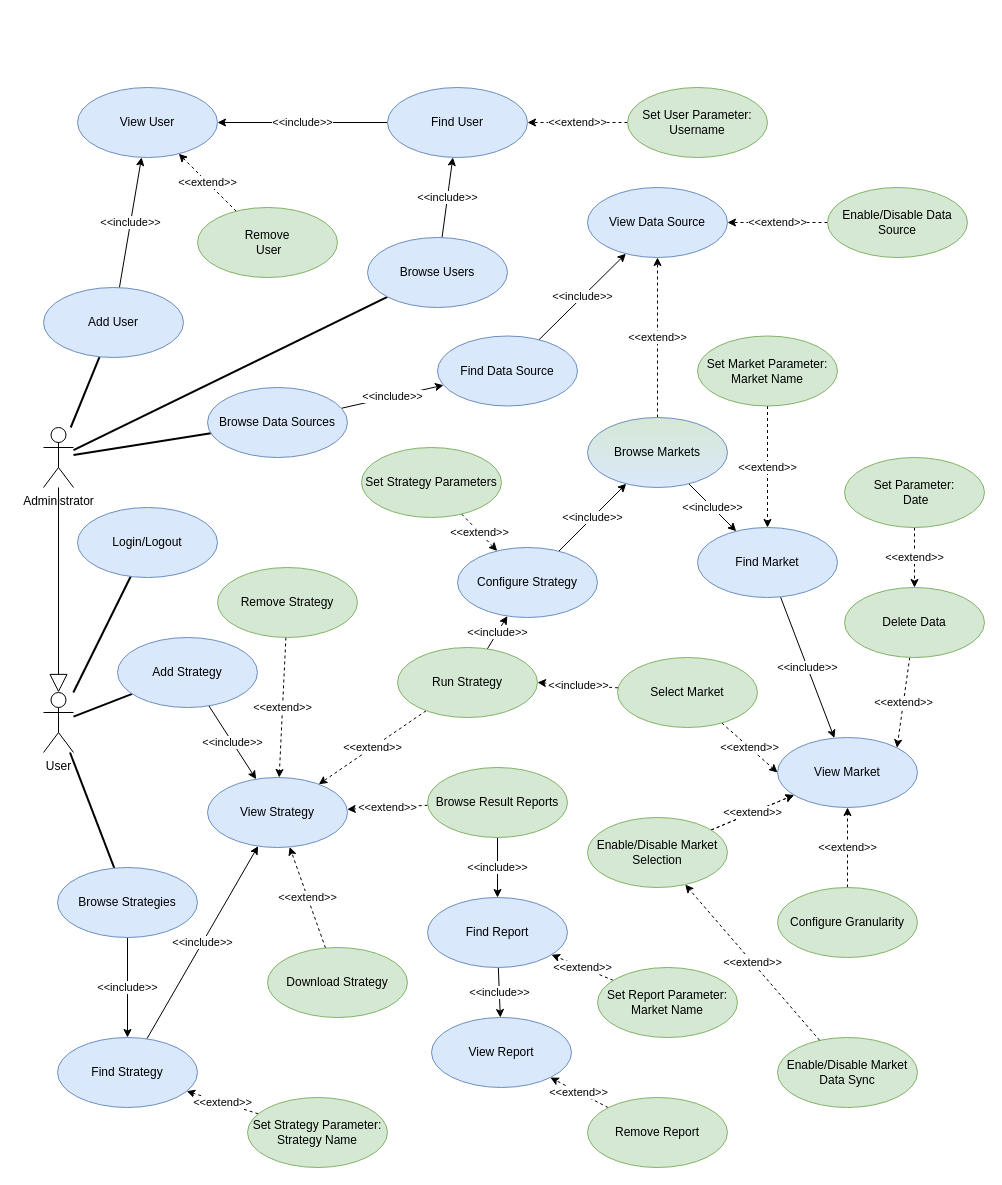
nferrante1/lsmsd2 keeps this draw.io diagram as drawio/usecases.drawio. Above is the earlier version. Source tidied: cells renumbered, new cells numbered last; positions are measured from the earlier drawing's top-left corner, leaving out a move shared by most shapes. Both pictures are drawn from the tidied source at 100%, with x=0, y=0 at pixel (43, 87).
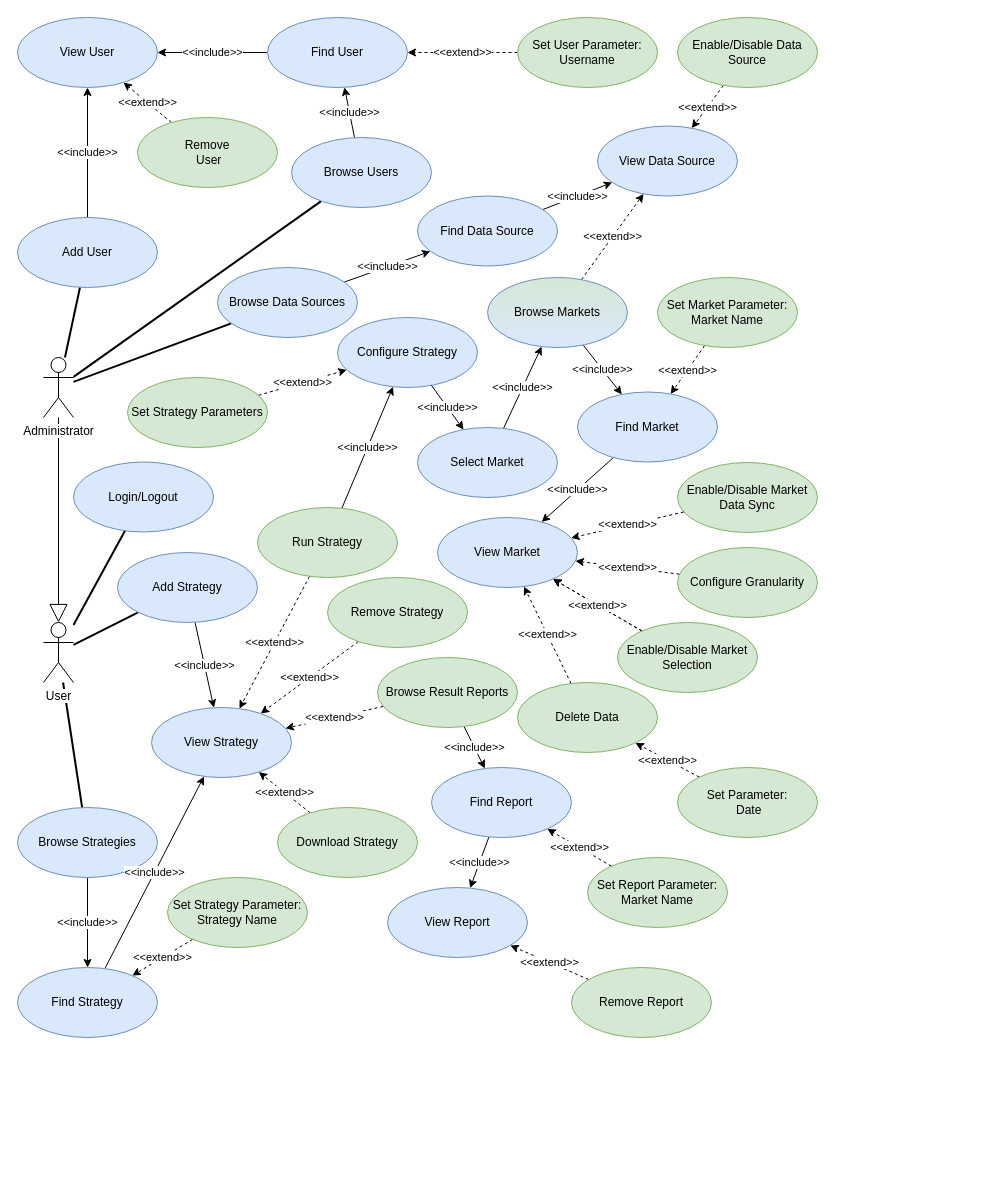
The same diagram, later.

Commit message:
Fix use cases diagram

Change to the diagram source:
```diff
@@
-    <mxCell id="5" value="&lt;div&gt;Administrator&lt;/div&gt;" style="shape=umlActor;verticalLabelPosition=bottom;labelBackgroundColor=#ffffff;verticalAlign=top;html=1;" parent="1" vertex="1">
-      <mxGeometry y="340" width="30" height="60" as="geometry" />
-    </mxCell>
@@
     <mxCell id="7" value="Add User" style="ellipse;whiteSpace=wrap;html=1;fillColor=#dae8fc;strokeColor=#6c8ebf;" parent="1" vertex="1">
-      <mxGeometry y="200" width="140" height="70" as="geometry" />
+      <mxGeometry x="-26" y="130" width="140" height="70" as="geometry" />
     </mxCell>
@@
     <mxCell id="9" value="&lt;div&gt;Remove&lt;/div&gt;&amp;nbsp;User" style="ellipse;whiteSpace=wrap;html=1;fillColor=#d5e8d4;strokeColor=#82b366;" parent="1" vertex="1">
-      <mxGeometry x="154" y="120" width="140" height="70" as="geometry" />
+      <mxGeometry x="94" y="30" width="140" height="70" as="geometry" />
     </mxCell>
     <mxCell id="10" value="View Data Source" style="ellipse;whiteSpace=wrap;html=1;fillColor=#dae8fc;strokeColor=#6c8ebf;" parent="1" vertex="1">
-      <mxGeometry x="544" y="100" width="140" height="70" as="geometry" />
+      <mxGeometry x="554" y="38.5" width="140" height="70" as="geometry" />
     </mxCell>
@@
     <mxCell id="12" value="Enable/Disable Data Source" style="ellipse;whiteSpace=wrap;html=1;fillColor=#d5e8d4;strokeColor=#82b366;" parent="1" vertex="1">
-      <mxGeometry x="784" y="100" width="140" height="70" as="geometry" />
+      <mxGeometry x="634" y="-70" width="140" height="70" as="geometry" />
     </mxCell>
     <mxCell id="13" value="View User" style="ellipse;whiteSpace=wrap;html=1;fillColor=#dae8fc;strokeColor=#6c8ebf;" parent="1" vertex="1">
-      <mxGeometry x="34" width="140" height="70" as="geometry" />
+      <mxGeometry x="-26" y="-70" width="140" height="70" as="geometry" />
     </mxCell>
@@
     <mxCell id="15" value="Browse Users" style="ellipse;whiteSpace=wrap;html=1;fillColor=#dae8fc;strokeColor=#6c8ebf;" parent="1" vertex="1">
-      <mxGeometry x="324" y="150" width="140" height="70" as="geometry" />
+      <mxGeometry x="248" y="50" width="140" height="70" as="geometry" />
     </mxCell>
@@
     <mxCell id="17" value="Find User" style="ellipse;whiteSpace=wrap;html=1;fillColor=#dae8fc;strokeColor=#6c8ebf;" parent="1" vertex="1">
-      <mxGeometry x="344" width="140" height="70" as="geometry" />
+      <mxGeometry x="224" y="-70" width="140" height="70" as="geometry" />
     </mxCell>
@@
     <mxCell id="19" value="Set User Parameter: Username" style="ellipse;whiteSpace=wrap;html=1;fillColor=#d5e8d4;strokeColor=#82b366;" parent="1" vertex="1">
-      <mxGeometry x="584" width="140" height="70" as="geometry" />
+      <mxGeometry x="474" y="-70" width="140" height="70" as="geometry" />
     </mxCell>
@@
     <mxCell id="22" value="Browse Data Sources" style="ellipse;whiteSpace=wrap;html=1;fillColor=#dae8fc;strokeColor=#6c8ebf;" parent="1" vertex="1">
-      <mxGeometry x="164" y="300" width="140" height="70" as="geometry" />
+      <mxGeometry x="174" y="180" width="140" height="70" as="geometry" />
     </mxCell>
@@
     <mxCell id="24" value="Find Data Source" style="ellipse;whiteSpace=wrap;html=1;fillColor=#dae8fc;strokeColor=#6c8ebf;" parent="1" vertex="1">
-      <mxGeometry x="394" y="248.5" width="140" height="70" as="geometry" />
+      <mxGeometry x="374" y="108.5" width="140" height="70" as="geometry" />
     </mxCell>
-    <mxCell id="25" value="&amp;lt;&amp;lt;extend&amp;gt;&amp;gt;" style="edgeStyle=none;rounded=0;jettySize=auto;html=1;dashed=1;endArrow=classic;endFill=1;entryX=0.5;entryY=1;entryDx=0;entryDy=0;" parent="1" edge="1" source="26" target="35">
+    <mxCell id="25" value="&amp;lt;&amp;lt;extend&amp;gt;&amp;gt;" style="edgeStyle=none;rounded=0;jettySize=auto;html=1;dashed=1;endArrow=classic;endFill=1;" parent="1" edge="1" source="26" target="35">
       <mxGeometry relative="1" as="geometry" />
     </mxCell>
     <mxCell id="26" value="Configure Granularity" style="ellipse;whiteSpace=wrap;html=1;fillColor=#d5e8d4;strokeColor=#82b366;" parent="1" vertex="1">
-      <mxGeometry x="734" y="800" width="140" height="70" as="geometry" />
+      <mxGeometry x="634" y="460" width="140" height="70" as="geometry" />
     </mxCell>
@@
     <mxCell id="30" value="Enable/Disable Market Data Sync" style="ellipse;whiteSpace=wrap;html=1;fillColor=#d5e8d4;strokeColor=#82b366;" parent="1" vertex="1">
-      <mxGeometry x="734" y="950" width="140" height="70" as="geometry" />
+      <mxGeometry x="634" y="375" width="140" height="70" as="geometry" />
     </mxCell>
@@
     <mxCell id="32" value="Find Market" style="ellipse;whiteSpace=wrap;html=1;fillColor=#dae8fc;strokeColor=#6c8ebf;" parent="1" vertex="1">
-      <mxGeometry x="654" y="440" width="140" height="70" as="geometry" />
+      <mxGeometry x="534" y="304.5" width="140" height="70" as="geometry" />
     </mxCell>
@@
     <mxCell id="34" value="Set Market Parameter: Market Name" style="ellipse;whiteSpace=wrap;html=1;fillColor=#d5e8d4;strokeColor=#82b366;" parent="1" vertex="1">
-      <mxGeometry x="654" y="248.5" width="140" height="70" as="geometry" />
+      <mxGeometry x="614" y="190" width="140" height="70" as="geometry" />
     </mxCell>
     <mxCell id="35" value="View Market" style="ellipse;whiteSpace=wrap;html=1;fillColor=#dae8fc;strokeColor=#6c8ebf;" parent="1" vertex="1">
-      <mxGeometry x="734" y="650" width="140" height="70" as="geometry" />
+      <mxGeometry x="394" y="430" width="140" height="70" as="geometry" />
     </mxCell>
@@
     <mxCell id="39" value="&lt;div&gt;User&lt;/div&gt;" style="shape=umlActor;verticalLabelPosition=bottom;labelBackgroundColor=#ffffff;verticalAlign=top;html=1;" parent="1" vertex="1">
-      <mxGeometry y="605" width="30" height="60" as="geometry" />
+      <mxGeometry y="535" width="30" height="60" as="geometry" />
     </mxCell>
     <mxCell id="40" value="Login/Logout" style="ellipse;whiteSpace=wrap;html=1;fillColor=#dae8fc;strokeColor=#6c8ebf;" parent="1" vertex="1">
-      <mxGeometry x="34" y="420" width="140" height="70" as="geometry" />
+      <mxGeometry x="30" y="374.5" width="140" height="70" as="geometry" />
     </mxCell>
@@
     <mxCell id="42" value="Add Strategy" style="ellipse;whiteSpace=wrap;html=1;fillColor=#dae8fc;strokeColor=#6c8ebf;" parent="1" vertex="1">
-      <mxGeometry x="74" y="550" width="140" height="70" as="geometry" />
+      <mxGeometry x="74" y="465" width="140" height="70" as="geometry" />
     </mxCell>
     <mxCell id="43" value="View Strategy" style="ellipse;whiteSpace=wrap;html=1;fillColor=#dae8fc;strokeColor=#6c8ebf;" parent="1" vertex="1">
-      <mxGeometry x="164" y="690" width="140" height="70" as="geometry" />
+      <mxGeometry x="108" y="620" width="140" height="70" as="geometry" />
     </mxCell>
@@
     <mxCell id="45" value="Browse Strategies" style="ellipse;whiteSpace=wrap;html=1;fillColor=#dae8fc;strokeColor=#6c8ebf;" parent="1" vertex="1">
-      <mxGeometry x="14" y="780" width="140" height="70" as="geometry" />
+      <mxGeometry x="-26" y="720" width="140" height="70" as="geometry" />
     </mxCell>
@@
     <mxCell id="47" value="Find Strategy" style="ellipse;whiteSpace=wrap;html=1;fillColor=#dae8fc;strokeColor=#6c8ebf;" parent="1" vertex="1">
-      <mxGeometry x="14" y="950" width="140" height="70" as="geometry" />
+      <mxGeometry x="-26" y="880" width="140" height="70" as="geometry" />
     </mxCell>
@@
     <mxCell id="49" value="Set Strategy Parameter: Strategy Name" style="ellipse;whiteSpace=wrap;html=1;fillColor=#d5e8d4;strokeColor=#82b366;" parent="1" vertex="1">
-      <mxGeometry x="204" y="1010" width="140" height="70" as="geometry" />
+      <mxGeometry x="124" y="790" width="140" height="70" as="geometry" />
     </mxCell>
@@
     <mxCell id="52" value="Run Strategy" style="ellipse;whiteSpace=wrap;html=1;fillColor=#d5e8d4;strokeColor=#82b366;" parent="1" vertex="1">
-      <mxGeometry x="354" y="560" width="140" height="70" as="geometry" />
+      <mxGeometry x="214" y="420" width="140" height="70" as="geometry" />
     </mxCell>
@@
     <mxCell id="55" value="Browse Result Reports" style="ellipse;whiteSpace=wrap;html=1;fillColor=#d5e8d4;strokeColor=#82b366;" parent="1" vertex="1">
-      <mxGeometry x="384" y="680" width="140" height="70" as="geometry" />
+      <mxGeometry x="334" y="570" width="140" height="70" as="geometry" />
     </mxCell>
-    <mxCell id="56" value="&amp;lt;&amp;lt;include&amp;gt;&amp;gt;" style="edgeStyle=none;rounded=0;jettySize=auto;html=1;endArrow=classic;endFill=1;" parent="1" edge="1" source="57" target="68">
+    <mxCell id="56" value="&amp;lt;&amp;lt;include&amp;gt;&amp;gt;" style="edgeStyle=none;rounded=0;jettySize=auto;html=1;endArrow=classic;endFill=1;" parent="1" edge="1" source="70" target="68">
       <mxGeometry relative="1" as="geometry" />
     </mxCell>
     <mxCell id="57" value="Configure Strategy" style="ellipse;whiteSpace=wrap;html=1;fillColor=#dae8fc;strokeColor=#6c8ebf;" parent="1" vertex="1">
-      <mxGeometry x="414" y="460" width="140" height="70" as="geometry" />
+      <mxGeometry x="294" y="230" width="140" height="70" as="geometry" />
     </mxCell>
@@
     <mxCell id="59" value="Set Strategy Parameters" style="ellipse;whiteSpace=wrap;html=1;fillColor=#d5e8d4;strokeColor=#82b366;" parent="1" vertex="1">
-      <mxGeometry x="318" y="360" width="140" height="70" as="geometry" />
+      <mxGeometry x="84" y="290" width="140" height="70" as="geometry" />
     </mxCell>
@@
     <mxCell id="61" value="Remove Strategy" style="ellipse;whiteSpace=wrap;html=1;fillColor=#d5e8d4;strokeColor=#82b366;" parent="1" vertex="1">
-      <mxGeometry x="174" y="480" width="140" height="70" as="geometry" />
+      <mxGeometry x="284" y="490" width="140" height="70" as="geometry" />
     </mxCell>
-    <mxCell id="62" value="&amp;lt;&amp;lt;include&amp;gt;&amp;gt;" style="edgeStyle=none;rounded=0;jettySize=auto;html=1;entryX=1;entryY=0.5;entryDx=0;entryDy=0;dashed=1;" parent="1" edge="1" source="70" target="52">
-      <mxGeometry relative="1" as="geometry" />
-    </mxCell>
@@
     <mxCell id="64" value="Find Report" style="ellipse;whiteSpace=wrap;html=1;fillColor=#dae8fc;strokeColor=#6c8ebf;" parent="1" vertex="1">
-      <mxGeometry x="384" y="810" width="140" height="70" as="geometry" />
+      <mxGeometry x="388" y="680" width="140" height="70" as="geometry" />
     </mxCell>
     <mxCell id="65" value="View Report" style="ellipse;whiteSpace=wrap;html=1;fillColor=#dae8fc;strokeColor=#6c8ebf;" parent="1" vertex="1">
-      <mxGeometry x="388" y="930" width="140" height="70" as="geometry" />
+      <mxGeometry x="344" y="800" width="140" height="70" as="geometry" />
     </mxCell>
@@
     <mxCell id="67" value="Set Report Parameter: Market Name" style="ellipse;whiteSpace=wrap;html=1;fillColor=#d5e8d4;strokeColor=#82b366;" parent="1" vertex="1">
-      <mxGeometry x="554" y="880" width="140" height="70" as="geometry" />
+      <mxGeometry x="544" y="770" width="140" height="70" as="geometry" />
     </mxCell>
+    <mxCell id="62" value="&amp;lt;&amp;lt;include&amp;gt;&amp;gt;" style="rounded=0;jettySize=auto;html=1;" parent="1" edge="1" source="57" target="70">
+      <mxGeometry relative="1" as="geometry" />
+    </mxCell>
     <mxCell id="68" value="Browse Markets" style="ellipse;whiteSpace=wrap;html=1;fillColor=#dae8fc;strokeColor=#6c8ebf;gradientDirection=north;gradientColor=#D5E8D4;" parent="1" vertex="1">
-      <mxGeometry x="544" y="330" width="140" height="70" as="geometry" />
+      <mxGeometry x="444" y="190" width="140" height="70" as="geometry" />
     </mxCell>
-    <mxCell id="69" value="&amp;lt;&amp;lt;extend&amp;gt;&amp;gt;" style="rounded=0;jettySize=auto;html=1;startArrow=none;startFill=0;dashed=1;entryX=0;entryY=0.5;entryDx=0;entryDy=0;" parent="1" edge="1" source="70" target="35">
-      <mxGeometry relative="1" as="geometry" />
-    </mxCell>
-    <mxCell id="70" value="Select Market" style="ellipse;whiteSpace=wrap;html=1;fillColor=#d5e8d4;strokeColor=#82b366;" parent="1" vertex="1">
-      <mxGeometry x="574" y="570" width="140" height="70" as="geometry" />
+    <mxCell id="70" value="Select Market" style="ellipse;whiteSpace=wrap;html=1;fillColor=#dae8fc;strokeColor=#6c8ebf;" parent="1" vertex="1">
+      <mxGeometry x="374" y="340" width="140" height="70" as="geometry" />
     </mxCell>
@@
     <mxCell id="73" value="Download Strategy" style="ellipse;whiteSpace=wrap;html=1;fillColor=#d5e8d4;strokeColor=#82b366;" parent="1" vertex="1">
-      <mxGeometry x="224" y="860" width="140" height="70" as="geometry" />
+      <mxGeometry x="234" y="720" width="140" height="70" as="geometry" />
     </mxCell>
@@
     <mxCell id="76" value="Remove Report" style="ellipse;whiteSpace=wrap;html=1;fillColor=#d5e8d4;strokeColor=#82b366;" parent="1" vertex="1">
-      <mxGeometry x="544" y="1010" width="140" height="70" as="geometry" />
+      <mxGeometry x="528" y="880" width="140" height="70" as="geometry" />
     </mxCell>
-    <mxCell id="77" value="&amp;lt;&amp;lt;extend&amp;gt;&amp;gt;" style="edgeStyle=none;rounded=0;jettySize=auto;html=1;dashed=1;endArrow=classic;endFill=1;entryX=1;entryY=0;entryDx=0;entryDy=0;" parent="1" edge="1" source="78" target="35">
+    <mxCell id="77" value="&amp;lt;&amp;lt;extend&amp;gt;&amp;gt;" style="edgeStyle=none;rounded=0;jettySize=auto;html=1;dashed=1;endArrow=classic;endFill=1;" parent="1" edge="1" source="78" target="35">
       <mxGeometry relative="1" as="geometry" />
     </mxCell>
     <mxCell id="78" value="Delete Data" style="ellipse;whiteSpace=wrap;html=1;fillColor=#d5e8d4;strokeColor=#82b366;" parent="1" vertex="1">
-      <mxGeometry x="801" y="500" width="140" height="70" as="geometry" />
+      <mxGeometry x="474" y="595" width="140" height="70" as="geometry" />
     </mxCell>
-    <mxCell id="79" value="&amp;lt;&amp;lt;extend&amp;gt;&amp;gt;" style="edgeStyle=none;rounded=0;jettySize=auto;html=1;dashed=1;endArrow=classic;endFill=1;entryX=0.5;entryY=0;entryDx=0;entryDy=0;" parent="1" edge="1" source="80" target="78">
+    <mxCell id="79" value="&amp;lt;&amp;lt;extend&amp;gt;&amp;gt;" style="edgeStyle=none;rounded=0;jettySize=auto;html=1;dashed=1;endArrow=classic;endFill=1;" parent="1" edge="1" source="80" target="78">
       <mxGeometry relative="1" as="geometry" />
     </mxCell>
     <mxCell id="80" value="Set Parameter:&lt;br&gt;&amp;nbsp;Date" style="ellipse;whiteSpace=wrap;html=1;fillColor=#d5e8d4;strokeColor=#82b366;" parent="1" vertex="1">
-      <mxGeometry x="801" y="370" width="140" height="70" as="geometry" />
+      <mxGeometry x="634" y="680" width="140" height="70" as="geometry" />
     </mxCell>
     <mxCell id="81" value="Enable/Disable Market Selection" style="ellipse;whiteSpace=wrap;html=1;fillColor=#d5e8d4;strokeColor=#82b366;" parent="1" vertex="1">
-      <mxGeometry x="544" y="730" width="140" height="70" as="geometry" />
+      <mxGeometry x="574" y="535" width="140" height="70" as="geometry" />
     </mxCell>
-    <mxCell id="82" value="&amp;lt;&amp;lt;extend&amp;gt;&amp;gt;" style="edgeStyle=none;rounded=0;jettySize=auto;html=1;endArrow=classic;endFill=1;dashed=1;" parent="1" edge="1" source="30" target="81">
+    <mxCell id="82" value="&amp;lt;&amp;lt;extend&amp;gt;&amp;gt;" style="edgeStyle=none;rounded=0;jettySize=auto;html=1;endArrow=classic;endFill=1;dashed=1;" parent="1" edge="1" source="30" target="35">
       <mxGeometry relative="1" as="geometry" />
     </mxCell>
+    <mxCell id="5" value="&lt;div&gt;Administrator&lt;/div&gt;" style="shape=umlActor;verticalLabelPosition=bottom;labelBackgroundColor=#ffffff;verticalAlign=top;html=1;" parent="1" vertex="1">
+      <mxGeometry y="270" width="30" height="60" as="geometry" />
+    </mxCell>
```
